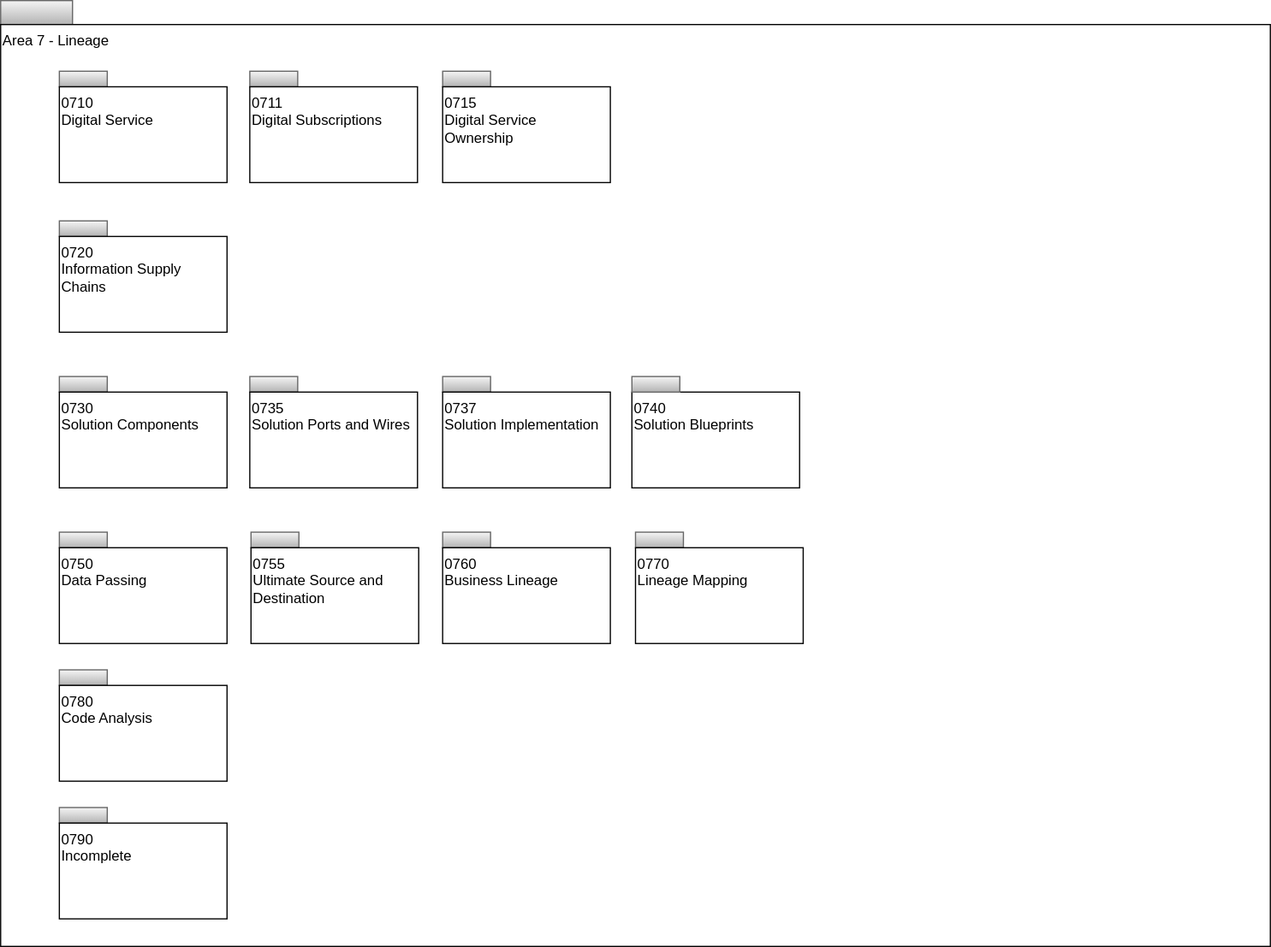
This is site/docs/types/7/area-7-lineage-overview.svg from odpi/egeria-docs, a draw.io export, as it was before one commit. Source tidied: cells renumbered, new cells last; positions are measured from the earlier drawing's top-left corner, leaving out a move shared by most shapes.
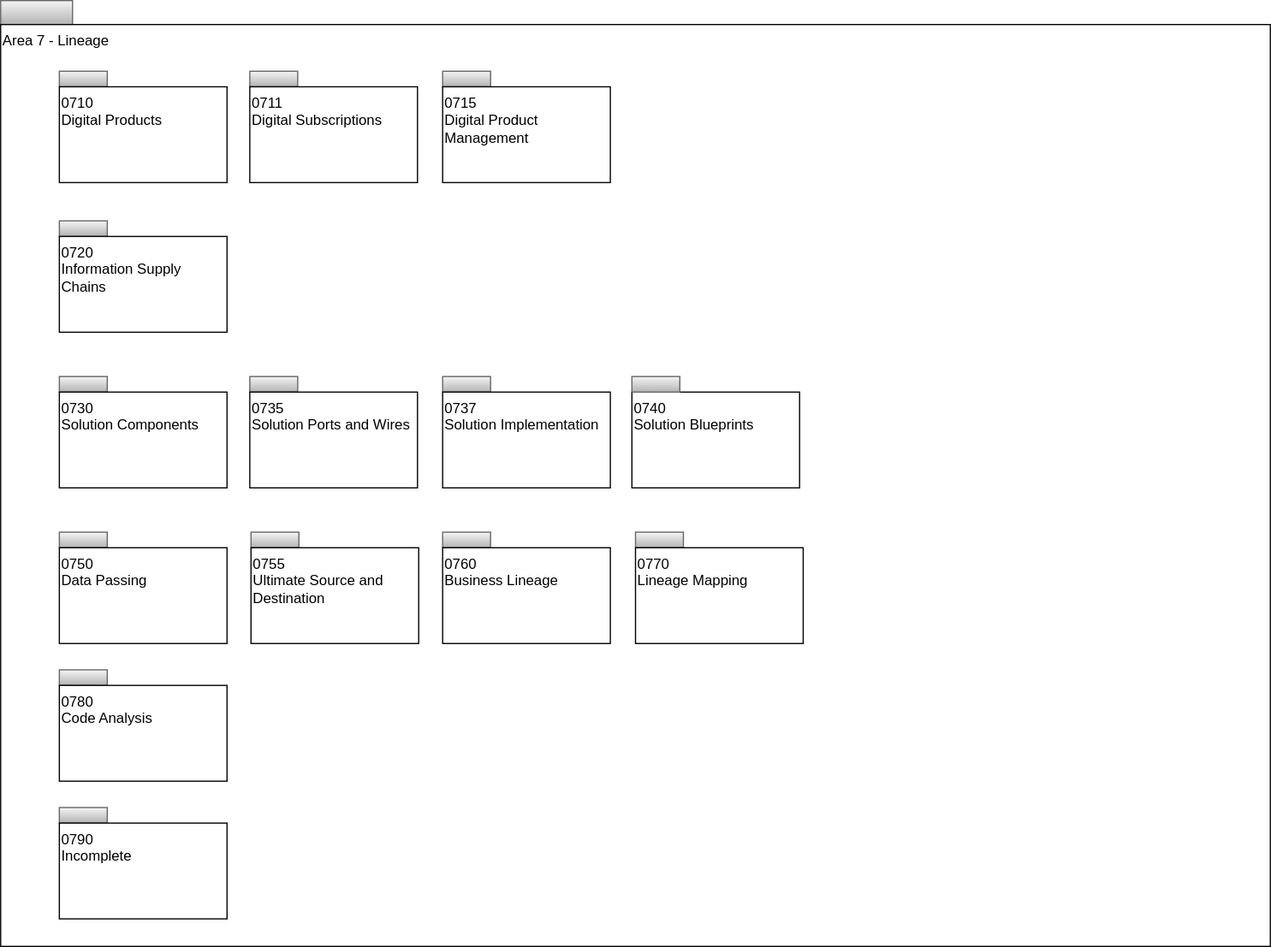
Later version of the same file.

What changed in the source:
```diff
@@ -11,7 +11,7 @@
     <mxCell id="4" style="rounded=0;whiteSpace=wrap;html=1;align=left;fillColor=#f5f5f5;strokeColor=#666666;gradientColor=#b3b3b3;" parent="1" vertex="1">
       <mxGeometry x="49" y="59" width="40" height="13" as="geometry" />
     </mxCell>
-    <mxCell id="5" value="0710&lt;br&gt;Digital Service" style="rounded=0;whiteSpace=wrap;html=1;align=left;verticalAlign=top;" parent="1" vertex="1">
+    <mxCell id="5" value="0710&lt;br&gt;Digital Products" style="rounded=0;whiteSpace=wrap;html=1;align=left;verticalAlign=top;" parent="1" vertex="1">
       <mxGeometry x="49" y="72" width="140" height="80" as="geometry" />
     </mxCell>
     <mxCell id="6" style="rounded=0;whiteSpace=wrap;html=1;align=left;fillColor=#f5f5f5;strokeColor=#666666;gradientColor=#b3b3b3;" parent="1" vertex="1">
@@ -83,7 +83,7 @@
     <mxCell id="28" style="rounded=0;whiteSpace=wrap;html=1;align=left;fillColor=#f5f5f5;strokeColor=#666666;gradientColor=#b3b3b3;" parent="1" vertex="1">
       <mxGeometry x="369" y="59" width="40" height="13" as="geometry" />
     </mxCell>
-    <mxCell id="29" value="0715&lt;br&gt;Digital Service&lt;br&gt;Ownership" style="rounded=0;whiteSpace=wrap;html=1;align=left;verticalAlign=top;" parent="1" vertex="1">
+    <mxCell id="29" value="0715&lt;br&gt;Digital Product&lt;br&gt;Management" style="rounded=0;whiteSpace=wrap;html=1;align=left;verticalAlign=top;" parent="1" vertex="1">
       <mxGeometry x="369" y="72" width="140" height="80" as="geometry" />
     </mxCell>
     <mxCell id="30" style="rounded=0;whiteSpace=wrap;html=1;align=left;fillColor=#f5f5f5;strokeColor=#666666;gradientColor=#b3b3b3;" parent="1" vertex="1">
```
